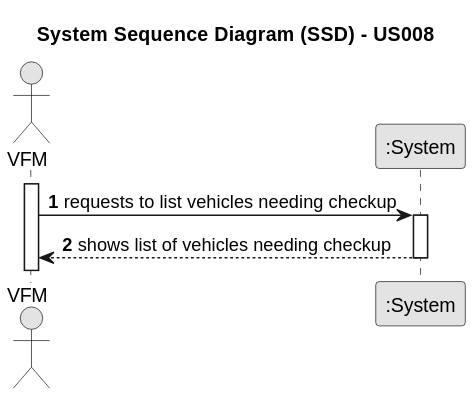
This is docs/sprintB/us008/01.requirements-engineering/svg/us008-system-sequence-diagram-alternative-one.svg from ricardomm7/leaflink, a PlantUML export, as it was before one commit.
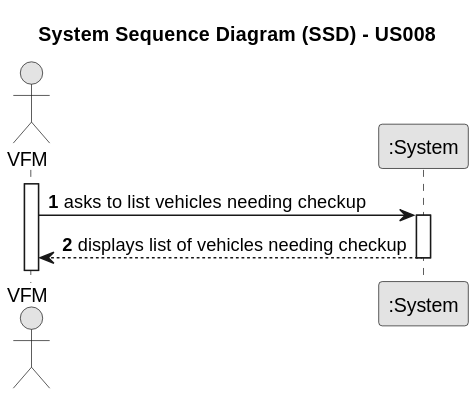
Later version of the same file.

What changed in the source:
```diff
@@ -12,9 +12,9 @@
 
 activate VFM
 
-        VFM -> System : requests to list vehicles needing checkup
+        VFM -> System : asks to list vehicles needing checkup
         activate System
 
-            System --> VFM : shows list of vehicles needing checkup
+            System --> VFM : displays list of vehicles needing checkup
         deactivate System
 @enduml
```
